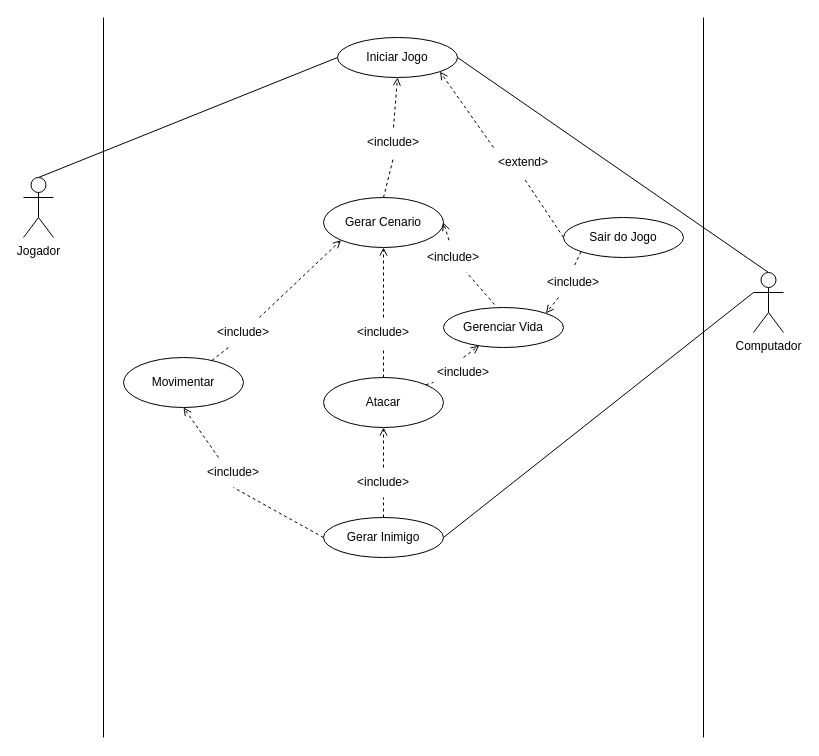
yuritelis/atvmusicalp keeps this draw.io diagram as Diagrama sem nome.drawio. Above is the earlier version. Source tidied: cells renumbered, new cells numbered last; positions are measured from the earlier drawing's top-left corner, leaving out a move shared by most shapes. Both pictures are drawn from the tidied source at 100%, with x=0, y=0 at pixel (23, 17).
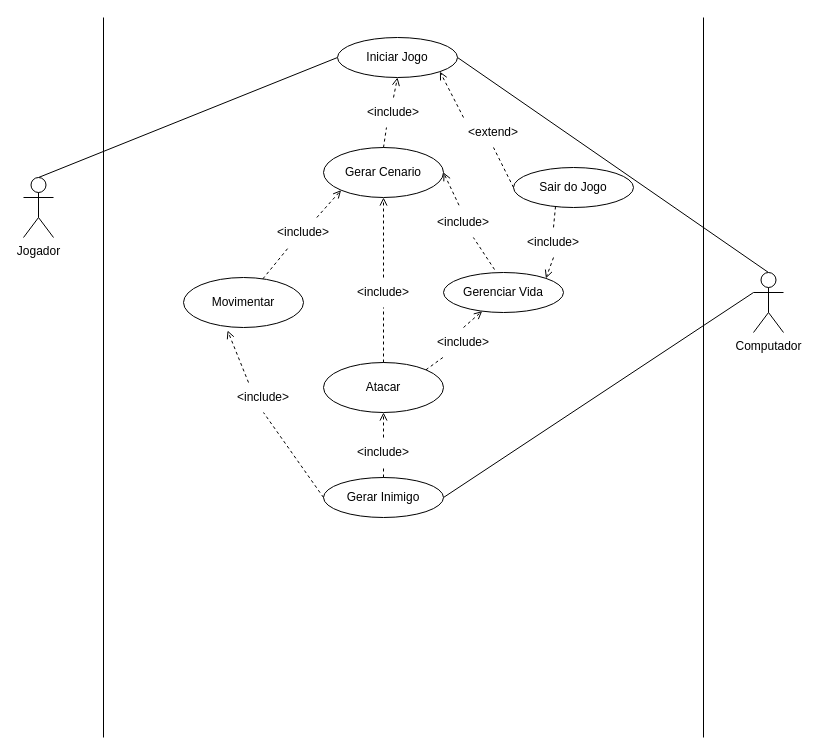
The same page after the edit.

What changed in the source:
```diff
@@
-    <mxCell id="10" style="rounded=0;jettySize=auto;html=1;exitX=0.25;exitY=1;exitDx=0;exitDy=0;entryX=1;entryY=0;entryDx=0;entryDy=0;dashed=1;endArrow=open;endFill=0;" parent="1" edge="1" source="42" target="15">
+    <mxCell id="10" style="rounded=0;jettySize=auto;html=1;exitX=0.5;exitY=1;exitDx=0;exitDy=0;entryX=1;entryY=0;entryDx=0;entryDy=0;dashed=1;endArrow=open;endFill=0;" parent="1" edge="1" source="42" target="15">
       <mxGeometry relative="1" as="geometry" />
     </mxCell>
     <mxCell id="11" value="Sair do Jogo" style="ellipse;whiteSpace=wrap;html=1;" parent="1" vertex="1">
-      <mxGeometry x="540" y="200" width="120" height="40" as="geometry" />
+      <mxGeometry x="490" y="150" width="120" height="40" as="geometry" />
     </mxCell>
@@
     <mxCell id="13" value="Gerar Cenario" style="ellipse;whiteSpace=wrap;html=1;" parent="1" vertex="1">
-      <mxGeometry x="300" y="180" width="120" height="50" as="geometry" />
+      <mxGeometry x="300" y="130" width="120" height="50" as="geometry" />
     </mxCell>
@@
     <mxCell id="15" value="Gerenciar Vida" style="ellipse;whiteSpace=wrap;html=1;" parent="1" vertex="1">
-      <mxGeometry x="420" y="290" width="120" height="40" as="geometry" />
+      <mxGeometry x="420" y="255" width="120" height="40" as="geometry" />
     </mxCell>
@@
     <mxCell id="17" value="Movimentar" style="ellipse;whiteSpace=wrap;html=1;" parent="1" vertex="1">
-      <mxGeometry x="100" y="340" width="120" height="50" as="geometry" />
+      <mxGeometry x="160" y="260" width="120" height="50" as="geometry" />
     </mxCell>
     <mxCell id="18" value="Atacar" style="ellipse;whiteSpace=wrap;html=1;" parent="1" vertex="1">
-      <mxGeometry x="300" y="360" width="120" height="50" as="geometry" />
+      <mxGeometry x="300" y="345" width="120" height="50" as="geometry" />
     </mxCell>
@@
-    <mxCell id="20" style="rounded=0;jettySize=auto;html=1;exitX=0.25;exitY=0;exitDx=0;exitDy=0;entryX=0.5;entryY=1;entryDx=0;entryDy=0;dashed=1;endArrow=open;endFill=0;" parent="1" edge="1" source="32" target="17">
+    <mxCell id="20" style="rounded=0;jettySize=auto;html=1;exitX=0.25;exitY=0;exitDx=0;exitDy=0;entryX=0.367;entryY=1.06;entryDx=0;entryDy=0;dashed=1;endArrow=open;endFill=0;entryPerimeter=0;" parent="1" edge="1" source="32" target="17">
       <mxGeometry relative="1" as="geometry" />
     </mxCell>
     <mxCell id="21" value="Gerar Inimigo" style="ellipse;whiteSpace=wrap;html=1;" parent="1" vertex="1">
-      <mxGeometry x="300" y="500" width="120" height="40" as="geometry" />
+      <mxGeometry x="300" y="460" width="120" height="40" as="geometry" />
     </mxCell>
@@
     <mxCell id="26" value="&amp;lt;include&amp;gt;" style="text;html=1;strokeColor=none;fillColor=none;align=center;verticalAlign=middle;whiteSpace=wrap;rounded=0;rotation=0;" parent="1" vertex="1">
-      <mxGeometry x="400" y="225" width="60" height="30" as="geometry" />
+      <mxGeometry x="410" y="190" width="60" height="30" as="geometry" />
     </mxCell>
@@
     <mxCell id="28" value="&amp;lt;include&amp;gt;" style="text;html=1;strokeColor=none;fillColor=none;align=center;verticalAlign=middle;whiteSpace=wrap;rounded=0;rotation=0;" parent="1" vertex="1">
-      <mxGeometry x="410" y="340" width="60" height="30" as="geometry" />
+      <mxGeometry x="410" y="310" width="60" height="30" as="geometry" />
     </mxCell>
@@
     <mxCell id="30" value="&amp;lt;include&amp;gt;" style="text;html=1;strokeColor=none;fillColor=none;align=center;verticalAlign=middle;whiteSpace=wrap;rounded=0;rotation=0;" parent="1" vertex="1">
-      <mxGeometry x="330" y="300" width="60" height="30" as="geometry" />
+      <mxGeometry x="330" y="260" width="60" height="30" as="geometry" />
     </mxCell>
@@
     <mxCell id="32" value="&amp;lt;include&amp;gt;" style="text;html=1;strokeColor=none;fillColor=none;align=center;verticalAlign=middle;whiteSpace=wrap;rounded=0;rotation=0;" parent="1" vertex="1">
-      <mxGeometry x="180" y="440" width="60" height="30" as="geometry" />
+      <mxGeometry x="210" y="365" width="60" height="30" as="geometry" />
     </mxCell>
@@
     <mxCell id="34" value="&amp;lt;include&amp;gt;" style="text;html=1;strokeColor=none;fillColor=none;align=center;verticalAlign=middle;whiteSpace=wrap;rounded=0;rotation=0;" parent="1" vertex="1">
-      <mxGeometry x="190" y="300" width="60" height="30" as="geometry" />
+      <mxGeometry x="250" y="200" width="60" height="30" as="geometry" />
     </mxCell>
-    <mxCell id="35" style="endArrow=none;html=1;rounded=0;exitX=0.5;exitY=0;exitDx=0;exitDy=0;dashed=1;endFill=0;entryX=0.5;entryY=1;entryDx=0;entryDy=0;" parent="1" edge="1" source="13" target="36">
+    <mxCell id="35" style="endArrow=none;html=1;rounded=0;exitX=0.5;exitY=0;exitDx=0;exitDy=0;dashed=1;endFill=0;entryX=0.383;entryY=1;entryDx=0;entryDy=0;entryPerimeter=0;" parent="1" edge="1" source="13" target="36">
       <mxGeometry relative="1" as="geometry" />
     </mxCell>
     <mxCell id="36" value="&amp;lt;include&amp;gt;" style="text;html=1;strokeColor=none;fillColor=none;align=center;verticalAlign=middle;whiteSpace=wrap;rounded=0;rotation=0;" parent="1" vertex="1">
-      <mxGeometry x="340" y="110" width="60" height="30" as="geometry" />
+      <mxGeometry x="340" y="80" width="60" height="30" as="geometry" />
     </mxCell>
@@
     <mxCell id="38" value="&amp;lt;extend&amp;gt;" style="text;html=1;strokeColor=none;fillColor=none;align=center;verticalAlign=middle;whiteSpace=wrap;rounded=0;rotation=0;" parent="1" vertex="1">
-      <mxGeometry x="470" y="130" width="60" height="30" as="geometry" />
+      <mxGeometry x="440" y="100" width="60" height="30" as="geometry" />
     </mxCell>
@@
     <mxCell id="40" value="&amp;lt;include&amp;gt;" style="text;html=1;strokeColor=none;fillColor=none;align=center;verticalAlign=middle;whiteSpace=wrap;rounded=0;rotation=0;" parent="1" vertex="1">
-      <mxGeometry x="330" y="450" width="60" height="30" as="geometry" />
+      <mxGeometry x="330" y="420" width="60" height="30" as="geometry" />
     </mxCell>
-    <mxCell id="41" style="rounded=0;jettySize=auto;html=1;exitX=0;exitY=1;exitDx=0;exitDy=0;entryX=0.5;entryY=0;entryDx=0;entryDy=0;dashed=1;endArrow=none;endFill=0;" parent="1" edge="1" source="11" target="42">
+    <mxCell id="41" style="rounded=0;jettySize=auto;html=1;exitX=0.35;exitY=0.975;exitDx=0;exitDy=0;entryX=0.5;entryY=0;entryDx=0;entryDy=0;dashed=1;endArrow=none;endFill=0;exitPerimeter=0;" parent="1" edge="1" source="11" target="42">
       <mxGeometry relative="1" as="geometry" />
     </mxCell>
     <mxCell id="42" value="&amp;lt;include&amp;gt;" style="text;html=1;strokeColor=none;fillColor=none;align=center;verticalAlign=middle;whiteSpace=wrap;rounded=0;" parent="1" vertex="1">
-      <mxGeometry x="520" y="250" width="60" height="30" as="geometry" />
+      <mxGeometry x="500" y="210" width="60" height="30" as="geometry" />
     </mxCell>
```
